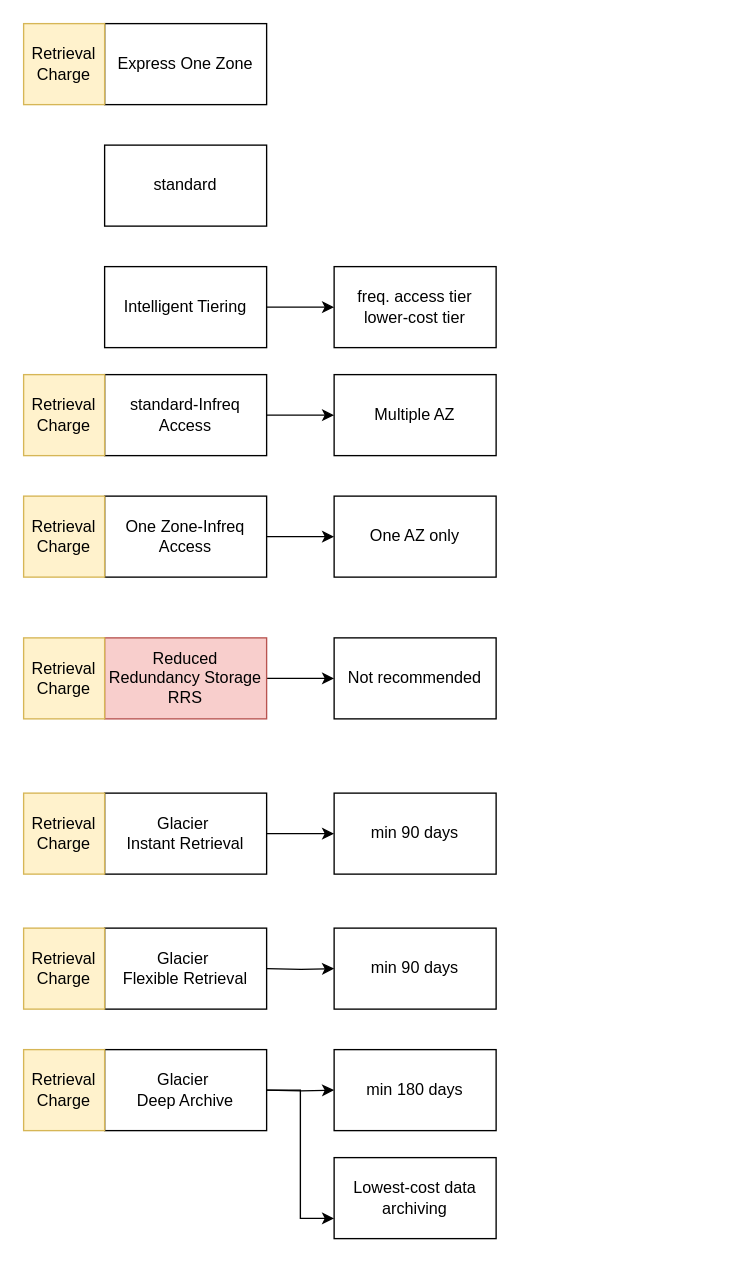
Above: page "S3" (1 of 2) of drawio/aws/s3.drawio in cmkam/architecture (draw.io), before the change. Source tidied: cells renumbered, new cells numbered last; positions are measured from the earlier drawing's top-left corner, leaving out a move shared by most shapes. Both pictures are drawn from the tidied source at 135%, with x=0, y=0 at pixel (23, 23).
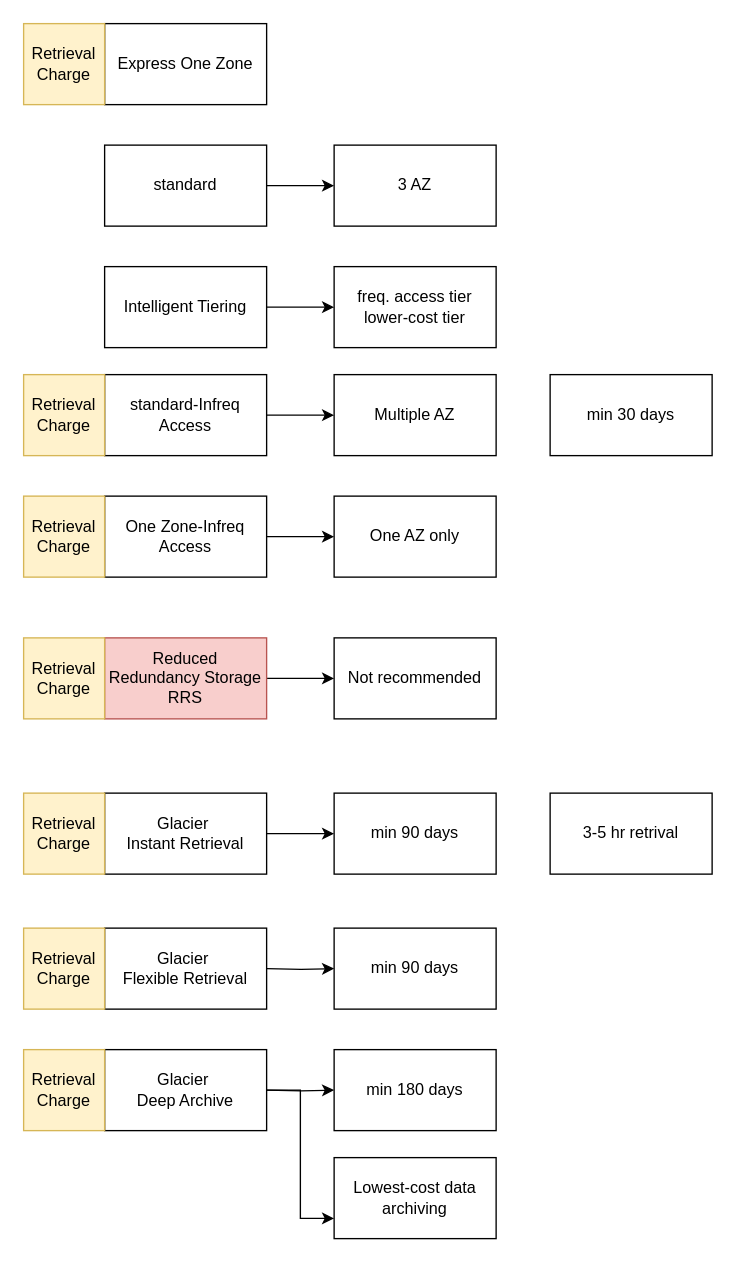
The same page after the edit.

The change refers to these unchanged cells:
```xml
<mxCell id="2" value="standard" style="rounded=0;whiteSpace=wrap;html=1;" parent="1" vertex="1">
  <mxGeometry x="60" y="90" width="120" height="60" as="geometry" />
</mxCell>
```

The edit, as a diff of the source:
```diff
@@
+    <mxCell id="34" style="edgeStyle=orthogonalEdgeStyle;rounded=0;jettySize=auto;html=1;entryX=0;entryY=0.5;entryDx=0;entryDy=0;" parent="1" edge="1" source="2" target="36">
+      <mxGeometry relative="1" as="geometry" />
+    </mxCell>
@@
+    <mxCell id="35" value="3-5 hr retrival" style="rounded=0;whiteSpace=wrap;html=1;" parent="1" vertex="1">
+      <mxGeometry x="390" y="570" width="120" height="60" as="geometry" />
+    </mxCell>
+    <mxCell id="36" value="3 AZ" style="rounded=0;whiteSpace=wrap;html=1;" parent="1" vertex="1">
+      <mxGeometry x="230" y="90" width="120" height="60" as="geometry" />
+    </mxCell>
+    <mxCell id="37" value="min 30 days" style="rounded=0;whiteSpace=wrap;html=1;" parent="1" vertex="1">
+      <mxGeometry x="390" y="260" width="120" height="60" as="geometry" />
+    </mxCell>
```
